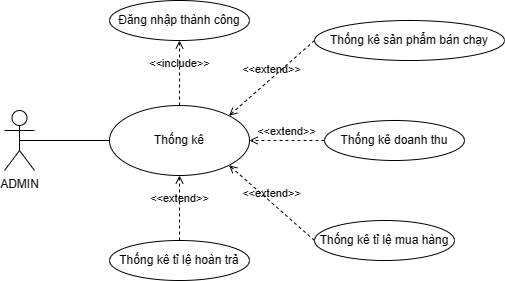
Before: UC/imgs/UC_THONGKE.drawio.png, a diagram exported from draw.io (hieuNV0871/da). Source tidied: cells renumbered, new cells last; positions are measured from the earlier drawing's top-left corner, leaving out a move shared by most shapes. Its diagram source:
```xml
<mxGraphModel>
  <root>
    <mxCell id="0" />
    <mxCell id="1" parent="0" />
    <mxCell id="2" value="ADMIN" style="shape=umlActor;verticalLabelPosition=bottom;verticalAlign=top;html=1;" parent="1" vertex="1">
      <mxGeometry y="110" width="30" height="60" as="geometry" />
    </mxCell>
    <mxCell id="3" value="Thống kê" style="ellipse;whiteSpace=wrap;html=1;" parent="1" vertex="1">
      <mxGeometry x="105" y="105" width="140" height="70" as="geometry" />
    </mxCell>
    <mxCell id="4" value="Đăng nhập thành công" style="ellipse;whiteSpace=wrap;html=1;" parent="1" vertex="1">
      <mxGeometry x="105" width="140" height="40" as="geometry" />
    </mxCell>
    <mxCell id="5" value="Thống kê sản phẩm bán chạy" style="ellipse;whiteSpace=wrap;html=1;" parent="1" vertex="1">
      <mxGeometry x="310" y="20" width="190" height="40" as="geometry" />
    </mxCell>
    <mxCell id="6" value="Thống kê tỉ lệ mua hàng" style="ellipse;whiteSpace=wrap;html=1;" parent="1" vertex="1">
      <mxGeometry x="310" y="220" width="140" height="40" as="geometry" />
    </mxCell>
    <mxCell id="7" value="Thống kê doanh thu" style="ellipse;whiteSpace=wrap;html=1;" parent="1" vertex="1">
      <mxGeometry x="320" y="120" width="140" height="40" as="geometry" />
    </mxCell>
    <mxCell id="8" value="&amp;lt;&amp;lt;extend&amp;gt;&amp;gt;" style="html=1;verticalAlign=bottom;labelBackgroundColor=none;endArrow=open;endFill=0;dashed=1;rounded=0;entryX=1;entryY=0;entryDx=0;entryDy=0;exitX=0;exitY=0.5;exitDx=0;exitDy=0;" parent="1" edge="1" source="5" target="3">
      <mxGeometry relative="1" as="geometry" />
    </mxCell>
    <mxCell id="9" value="&amp;lt;&amp;lt;extend&amp;gt;&amp;gt;" style="html=1;verticalAlign=bottom;labelBackgroundColor=none;endArrow=open;endFill=0;dashed=1;rounded=0;entryX=1;entryY=0.5;entryDx=0;entryDy=0;exitX=0;exitY=0.5;exitDx=0;exitDy=0;" parent="1" edge="1" source="7" target="3">
      <mxGeometry relative="1" as="geometry" />
    </mxCell>
    <mxCell id="10" value="&amp;lt;&amp;lt;extend&amp;gt;&amp;gt;" style="html=1;verticalAlign=bottom;labelBackgroundColor=none;endArrow=open;endFill=0;dashed=1;rounded=0;entryX=1;entryY=1;entryDx=0;entryDy=0;exitX=0;exitY=0.5;exitDx=0;exitDy=0;" parent="1" edge="1" source="6" target="3">
      <mxGeometry relative="1" as="geometry" />
    </mxCell>
    <mxCell id="11" value="&amp;lt;&amp;lt;include&amp;gt;&amp;gt;" style="html=1;verticalAlign=bottom;labelBackgroundColor=none;endArrow=open;endFill=0;dashed=1;rounded=0;exitX=0.5;exitY=0;exitDx=0;exitDy=0;entryX=0.5;entryY=1;entryDx=0;entryDy=0;" parent="1" edge="1" source="3" target="4">
      <mxGeometry relative="1" as="geometry" />
    </mxCell>
    <mxCell id="12" style="endArrow=none;html=1;rounded=0;exitX=0.5;exitY=0.5;exitDx=0;exitDy=0;exitPerimeter=0;entryX=0;entryY=0.5;entryDx=0;entryDy=0;" parent="1" edge="1" source="2" target="3">
      <mxGeometry relative="1" as="geometry" />
    </mxCell>
    <mxCell id="13" value="Thống kê tỉ lệ hoàn trả" style="ellipse;whiteSpace=wrap;html=1;" parent="1" vertex="1">
      <mxGeometry x="105" y="240" width="140" height="40" as="geometry" />
    </mxCell>
    <mxCell id="14" value="&amp;lt;&amp;lt;extend&amp;gt;&amp;gt;" style="html=1;verticalAlign=bottom;labelBackgroundColor=none;endArrow=open;endFill=0;dashed=1;rounded=0;entryX=0.5;entryY=1;entryDx=0;entryDy=0;exitX=0.5;exitY=0;exitDx=0;exitDy=0;" parent="1" edge="1" source="13" target="3">
      <mxGeometry relative="1" as="geometry" />
    </mxCell>
  </root>
</mxGraphModel>
```
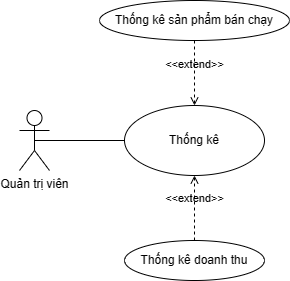
Later version of the same file.

The edit, as a diff of the source:
```diff
@@ -2,40 +2,22 @@
   <root>
     <mxCell id="0" />
     <mxCell id="1" parent="0" />
-    <mxCell id="2" value="ADMIN" style="shape=umlActor;verticalLabelPosition=bottom;verticalAlign=top;html=1;" parent="1" vertex="1">
+    <mxCell id="2" value="Quản trị viên" style="shape=umlActor;verticalLabelPosition=bottom;verticalAlign=top;html=1;" parent="1" vertex="1">
       <mxGeometry y="110" width="30" height="60" as="geometry" />
     </mxCell>
     <mxCell id="3" value="Thống kê" style="ellipse;whiteSpace=wrap;html=1;" parent="1" vertex="1">
       <mxGeometry x="105" y="105" width="140" height="70" as="geometry" />
     </mxCell>
-    <mxCell id="4" value="Đăng nhập thành công" style="ellipse;whiteSpace=wrap;html=1;" parent="1" vertex="1">
-      <mxGeometry x="105" width="140" height="40" as="geometry" />
-    </mxCell>
     <mxCell id="5" value="Thống kê sản phẩm bán chạy" style="ellipse;whiteSpace=wrap;html=1;" parent="1" vertex="1">
-      <mxGeometry x="310" y="20" width="190" height="40" as="geometry" />
+      <mxGeometry x="80" width="190" height="40" as="geometry" />
     </mxCell>
-    <mxCell id="6" value="Thống kê tỉ lệ mua hàng" style="ellipse;whiteSpace=wrap;html=1;" parent="1" vertex="1">
-      <mxGeometry x="310" y="220" width="140" height="40" as="geometry" />
-    </mxCell>
-    <mxCell id="7" value="Thống kê doanh thu" style="ellipse;whiteSpace=wrap;html=1;" parent="1" vertex="1">
-      <mxGeometry x="320" y="120" width="140" height="40" as="geometry" />
-    </mxCell>
-    <mxCell id="8" value="&amp;lt;&amp;lt;extend&amp;gt;&amp;gt;" style="html=1;verticalAlign=bottom;labelBackgroundColor=none;endArrow=open;endFill=0;dashed=1;rounded=0;entryX=1;entryY=0;entryDx=0;entryDy=0;exitX=0;exitY=0.5;exitDx=0;exitDy=0;" parent="1" edge="1" source="5" target="3">
+    <mxCell id="8" value="&amp;lt;&amp;lt;extend&amp;gt;&amp;gt;" style="html=1;verticalAlign=bottom;labelBackgroundColor=none;endArrow=open;endFill=0;dashed=1;rounded=0;entryX=0.5;entryY=0;entryDx=0;entryDy=0;exitX=0.5;exitY=1;exitDx=0;exitDy=0;" parent="1" edge="1" source="5" target="3">
       <mxGeometry relative="1" as="geometry" />
     </mxCell>
-    <mxCell id="9" value="&amp;lt;&amp;lt;extend&amp;gt;&amp;gt;" style="html=1;verticalAlign=bottom;labelBackgroundColor=none;endArrow=open;endFill=0;dashed=1;rounded=0;entryX=1;entryY=0.5;entryDx=0;entryDy=0;exitX=0;exitY=0.5;exitDx=0;exitDy=0;" parent="1" edge="1" source="7" target="3">
-      <mxGeometry relative="1" as="geometry" />
-    </mxCell>
-    <mxCell id="10" value="&amp;lt;&amp;lt;extend&amp;gt;&amp;gt;" style="html=1;verticalAlign=bottom;labelBackgroundColor=none;endArrow=open;endFill=0;dashed=1;rounded=0;entryX=1;entryY=1;entryDx=0;entryDy=0;exitX=0;exitY=0.5;exitDx=0;exitDy=0;" parent="1" edge="1" source="6" target="3">
-      <mxGeometry relative="1" as="geometry" />
-    </mxCell>
-    <mxCell id="11" value="&amp;lt;&amp;lt;include&amp;gt;&amp;gt;" style="html=1;verticalAlign=bottom;labelBackgroundColor=none;endArrow=open;endFill=0;dashed=1;rounded=0;exitX=0.5;exitY=0;exitDx=0;exitDy=0;entryX=0.5;entryY=1;entryDx=0;entryDy=0;" parent="1" edge="1" source="3" target="4">
-      <mxGeometry relative="1" as="geometry" />
-    </mxCell>
     <mxCell id="12" style="endArrow=none;html=1;rounded=0;exitX=0.5;exitY=0.5;exitDx=0;exitDy=0;exitPerimeter=0;entryX=0;entryY=0.5;entryDx=0;entryDy=0;" parent="1" edge="1" source="2" target="3">
       <mxGeometry relative="1" as="geometry" />
     </mxCell>
-    <mxCell id="13" value="Thống kê tỉ lệ hoàn trả" style="ellipse;whiteSpace=wrap;html=1;" parent="1" vertex="1">
+    <mxCell id="13" value="Thống kê doanh thu" style="ellipse;whiteSpace=wrap;html=1;" parent="1" vertex="1">
       <mxGeometry x="105" y="240" width="140" height="40" as="geometry" />
     </mxCell>
     <mxCell id="14" value="&amp;lt;&amp;lt;extend&amp;gt;&amp;gt;" style="html=1;verticalAlign=bottom;labelBackgroundColor=none;endArrow=open;endFill=0;dashed=1;rounded=0;entryX=0.5;entryY=1;entryDx=0;entryDy=0;exitX=0.5;exitY=0;exitDx=0;exitDy=0;" parent="1" edge="1" source="13" target="3">
```
